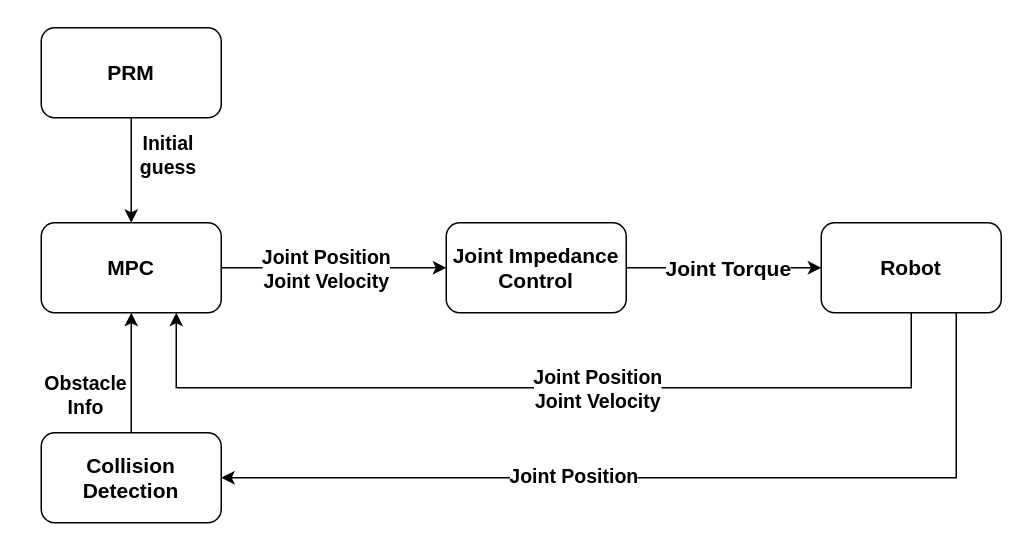
This is plane_battle/Untitled Diagram.drawio from jasonchenj/game, a draw.io file, before an edit. Source tidied: cells renumbered, new cells numbered last; positions are measured from the earlier drawing's top-left corner, leaving out a move shared by most shapes. Both pictures are drawn from the tidied source at 150%, with x=0, y=0 at pixel (26, 27).
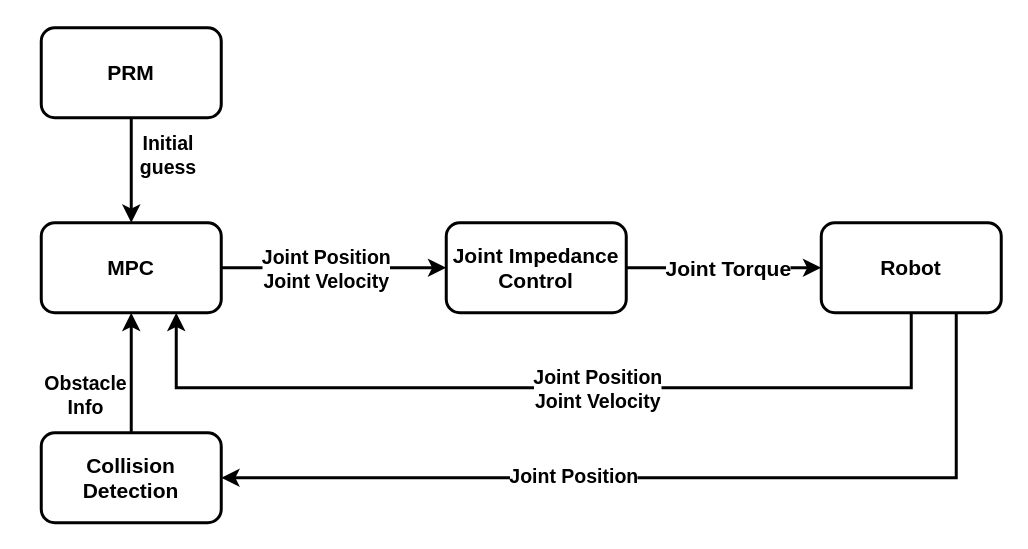
The same diagram, later.

Diff of the diagram source:
```diff
@@
-    <mxCell id="2" style="edgeStyle=orthogonalEdgeStyle;rounded=0;jettySize=auto;html=1;" parent="1" edge="1" source="4" target="7">
+    <mxCell id="2" style="edgeStyle=orthogonalEdgeStyle;rounded=0;jettySize=auto;html=1;strokeWidth=2;" parent="1" edge="1" source="4" target="7">
       <mxGeometry relative="1" as="geometry" />
     </mxCell>
@@
-    <mxCell id="4" value="&lt;b&gt;&lt;font style=&quot;font-size: 14px&quot;&gt;MPC&lt;/font&gt;&lt;/b&gt;" style="rounded=1;whiteSpace=wrap;html=1;" parent="1" vertex="1">
+    <mxCell id="4" value="&lt;b&gt;&lt;font style=&quot;font-size: 14px&quot;&gt;MPC&lt;/font&gt;&lt;/b&gt;" style="rounded=1;whiteSpace=wrap;html=1;strokeWidth=2;" parent="1" vertex="1">
       <mxGeometry x="10" y="130" width="120" height="60" as="geometry" />
     </mxCell>
-    <mxCell id="5" style="edgeStyle=orthogonalEdgeStyle;rounded=0;jettySize=auto;html=1;" parent="1" edge="1" source="7" target="12">
+    <mxCell id="5" style="edgeStyle=orthogonalEdgeStyle;rounded=0;jettySize=auto;html=1;strokeWidth=2;" parent="1" edge="1" source="7" target="12">
       <mxGeometry relative="1" as="geometry" />
     </mxCell>
@@
-    <mxCell id="7" value="&lt;font style=&quot;font-size: 14px&quot;&gt;&lt;b&gt;Joint Impedance Control&lt;/b&gt;&lt;/font&gt;" style="rounded=1;whiteSpace=wrap;html=1;" parent="1" vertex="1">
+    <mxCell id="7" value="&lt;font style=&quot;font-size: 14px&quot;&gt;&lt;b&gt;Joint Impedance Control&lt;/b&gt;&lt;/font&gt;" style="rounded=1;whiteSpace=wrap;html=1;strokeWidth=2;" parent="1" vertex="1">
       <mxGeometry x="280" y="130" width="120" height="60" as="geometry" />
     </mxCell>
-    <mxCell id="8" style="edgeStyle=orthogonalEdgeStyle;rounded=0;jettySize=auto;html=1;" parent="1" edge="1" source="12">
+    <mxCell id="8" style="edgeStyle=orthogonalEdgeStyle;rounded=0;jettySize=auto;html=1;strokeWidth=2;" parent="1" edge="1" source="12">
       <mxGeometry relative="1" as="geometry">
         <mxPoint x="100" y="190" as="targetPoint" />
         <Array as="points">
           <mxPoint x="590" y="240" />
           <mxPoint x="100" y="240" />
           <mxPoint x="100" y="190" />
         </Array>
       </mxGeometry>
     </mxCell>
@@
-    <mxCell id="10" style="edgeStyle=orthogonalEdgeStyle;rounded=0;jettySize=auto;html=1;exitX=0.75;exitY=1;exitDx=0;exitDy=0;entryX=1;entryY=0.5;entryDx=0;entryDy=0;" parent="1" edge="1" source="12" target="17">
+    <mxCell id="10" style="edgeStyle=orthogonalEdgeStyle;rounded=0;jettySize=auto;html=1;exitX=0.75;exitY=1;exitDx=0;exitDy=0;entryX=1;entryY=0.5;entryDx=0;entryDy=0;strokeWidth=2;" parent="1" edge="1" source="12" target="17">
       <mxGeometry relative="1" as="geometry" />
     </mxCell>
@@
-    <mxCell id="12" value="&lt;font style=&quot;font-size: 14px&quot;&gt;&lt;b&gt;Robot&lt;/b&gt;&lt;/font&gt;" style="rounded=1;whiteSpace=wrap;html=1;" parent="1" vertex="1">
+    <mxCell id="12" value="&lt;font style=&quot;font-size: 14px&quot;&gt;&lt;b&gt;Robot&lt;/b&gt;&lt;/font&gt;" style="rounded=1;whiteSpace=wrap;html=1;strokeWidth=2;" parent="1" vertex="1">
       <mxGeometry x="530" y="130" width="120" height="60" as="geometry" />
     </mxCell>
-    <mxCell id="13" style="edgeStyle=orthogonalEdgeStyle;rounded=0;jettySize=auto;html=1;" parent="1" edge="1" source="14" target="4">
+    <mxCell id="13" style="edgeStyle=orthogonalEdgeStyle;rounded=0;jettySize=auto;html=1;strokeWidth=2;" parent="1" edge="1" source="14" target="4">
       <mxGeometry relative="1" as="geometry">
         <Array as="points">
           <mxPoint x="70" y="100" />
           <mxPoint x="70" y="100" />
         </Array>
       </mxGeometry>
     </mxCell>
-    <mxCell id="14" value="&lt;font style=&quot;font-size: 14px&quot;&gt;&lt;b&gt;PRM&lt;/b&gt;&lt;/font&gt;" style="rounded=1;whiteSpace=wrap;html=1;" parent="1" vertex="1">
+    <mxCell id="14" value="&lt;font style=&quot;font-size: 14px&quot;&gt;&lt;b&gt;PRM&lt;/b&gt;&lt;/font&gt;" style="rounded=1;whiteSpace=wrap;html=1;strokeWidth=2;" parent="1" vertex="1">
       <mxGeometry x="10" width="120" height="60" as="geometry" />
     </mxCell>
@@
-    <mxCell id="16" style="edgeStyle=orthogonalEdgeStyle;rounded=0;jettySize=auto;html=1;" parent="1" edge="1" source="17" target="4">
+    <mxCell id="16" style="edgeStyle=orthogonalEdgeStyle;rounded=0;jettySize=auto;html=1;strokeWidth=2;" parent="1" edge="1" source="17" target="4">
       <mxGeometry relative="1" as="geometry" />
     </mxCell>
-    <mxCell id="17" value="&lt;font style=&quot;font-size: 14px&quot;&gt;&lt;b&gt;Collision Detection&lt;/b&gt;&lt;/font&gt;" style="rounded=1;whiteSpace=wrap;html=1;" parent="1" vertex="1">
+    <mxCell id="17" value="&lt;font style=&quot;font-size: 14px&quot;&gt;&lt;b&gt;Collision Detection&lt;/b&gt;&lt;/font&gt;" style="rounded=1;whiteSpace=wrap;html=1;strokeWidth=2;" parent="1" vertex="1">
       <mxGeometry x="10" y="270" width="120" height="60" as="geometry" />
     </mxCell>
```
